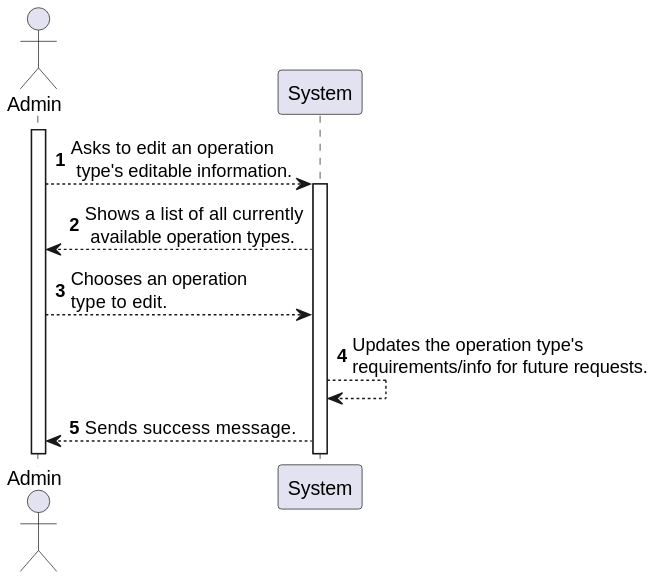
Before: docs/sprint-1/us-5.1.21/Diagrams/SSD/system-sequence-diagram-admin.svg, a diagram exported from PlantUML (rita-barbosa/LAPR5-2425).
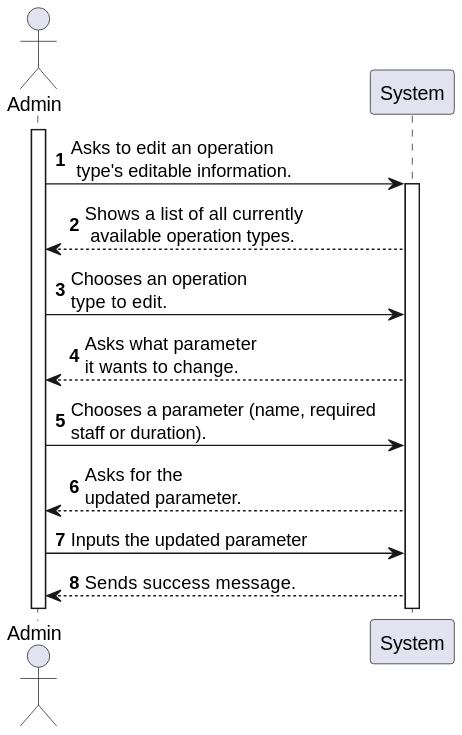
The same file after the commit.

Commit message:
DG38-161 | docs: Updated the documentation and SSD of this US. #comment The SSD was updated to include inportant information and be more complete.

Diff of the diagram source:
```diff
@@ -6,15 +6,21 @@
 
 activate ADMIN
 
-ADMIN --> SYS : Asks to edit an operation\n type's editable information.
+ADMIN -> SYS : Asks to edit an operation\n type's editable information.
 
 activate SYS
 
 SYS --> ADMIN : Shows a list of all currently\n available operation types.
 
-ADMIN --> SYS : Chooses an operation \ntype to edit.
+ADMIN -> SYS : Chooses an operation \ntype to edit.
 
-SYS --> SYS : Updates the operation type's \nrequirements/info for future requests.
+SYS --> ADMIN : Asks what parameter \nit wants to change.
+
+ADMIN -> SYS : Chooses a parameter (name, required \nstaff or duration).
+
+SYS --> ADMIN : Asks for the \nupdated parameter.
+
+ADMIN -> SYS : Inputs the updated parameter
 
 SYS --> ADMIN : Sends success message.
 @enduml
```
